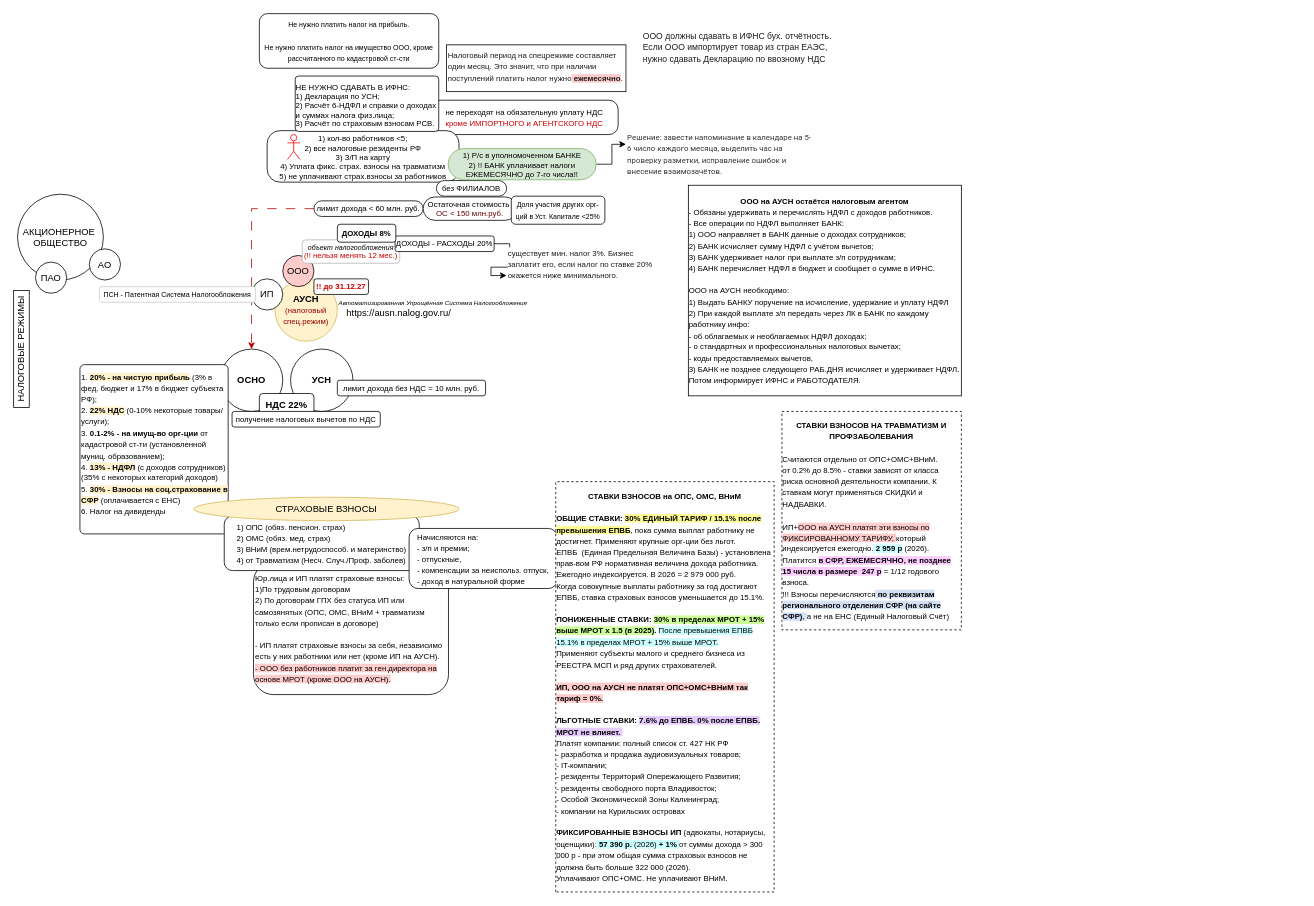
Before: АУСН.drawio in youarereef/mmaps, a draw.io diagram. Source tidied: cells renumbered, new cells numbered last; positions are measured from the earlier drawing's top-left corner, leaving out a move shared by most shapes. Both pictures are drawn from the tidied source at 78%, with x=0, y=0 at pixel (-37, 13).
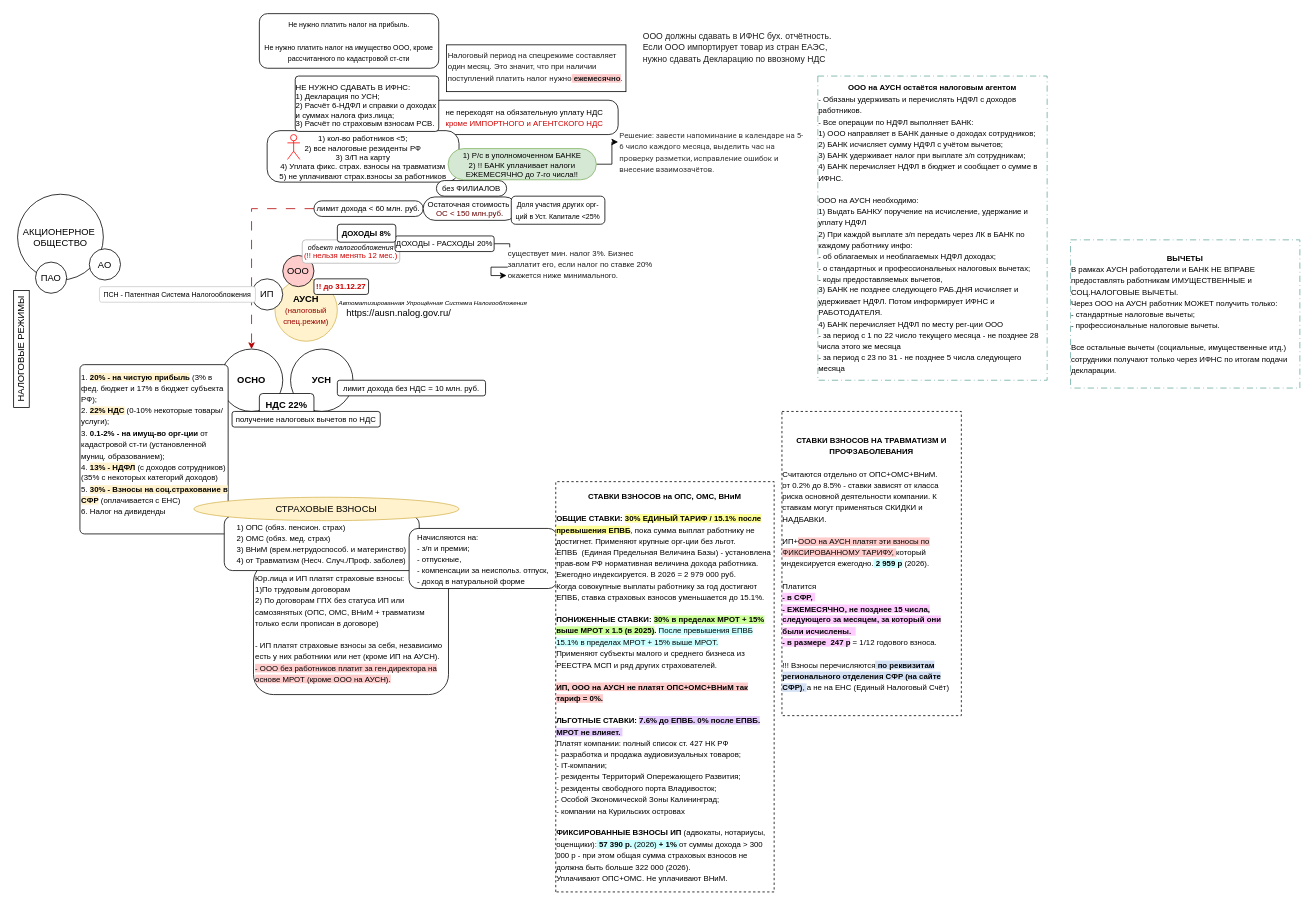
Above is the later version.

Diff of the diagram source:
```diff
@@
     <mxCell id="27" value="&lt;span style=&quot;color: rgb(51, 51, 51); font-family: Roboto; font-style: normal; font-variant-ligatures: normal; font-variant-caps: normal; font-weight: 400; letter-spacing: normal; orphans: 2; text-align: start; text-indent: 0px; text-transform: none; widows: 2; word-spacing: 0px; -webkit-text-stroke-width: 0px; white-space: normal; text-decoration-thickness: initial; text-decoration-style: initial; text-decoration-color: initial; float: none; display: inline !important;&quot;&gt;&lt;font style=&quot;font-size: 10px; line-height: 80%;&quot;&gt;Решение: завести напоминание в календаре на 5-6 число каждого месяца, выделить час на проверку разметки, исправление ошибок и внесение взаимозачётов.&lt;/font&gt;&lt;/span&gt;" style="text;whiteSpace=wrap;html=1;" parent="1" vertex="1">
-      <mxGeometry x="850" y="145" width="240" height="45" as="geometry" />
+      <mxGeometry x="840" y="142" width="240" height="45" as="geometry" />
     </mxCell>
@@
-    <mxCell id="44" value="&lt;font style=&quot;font-size: 10px;&quot;&gt;&lt;b&gt;СТАВКИ ВЗНОСОВ НА ТРАВМАТИЗМ И ПРОФЗАБОЛЕВАНИЯ&lt;/b&gt;&lt;/font&gt;&lt;div&gt;&lt;font style=&quot;font-size: 10px;&quot;&gt;&lt;br&gt;&lt;/font&gt;&lt;/div&gt;&lt;div style=&quot;text-align: left;&quot;&gt;&lt;span style=&quot;font-size: 10px;&quot;&gt;Считаются отдельно от ОПС+ОМС+ВНиМ.&lt;/span&gt;&lt;/div&gt;&lt;div style=&quot;text-align: left;&quot;&gt;&lt;span style=&quot;font-size: 10px;&quot;&gt;от 0.2% до 8.5% - ставки зависят от класса риска основной деятельности компании. К ставкам могут применяться СКИДКИ и НАДБАВКИ.&lt;/span&gt;&lt;/div&gt;&lt;div style=&quot;text-align: left;&quot;&gt;&lt;span style=&quot;font-size: 10px;&quot;&gt;&lt;br&gt;&lt;/span&gt;&lt;/div&gt;&lt;div style=&quot;text-align: left;&quot;&gt;&lt;span style=&quot;font-size: 10px;&quot;&gt;ИП+&lt;span style=&quot;background-color: rgb(255, 204, 204);&quot;&gt;ООО на АУСН платят эти взносы по ФИКСИРОВАННОМУ ТАРИФУ, &lt;/span&gt;который индексируется ежегодно.&lt;b style=&quot;background-color: rgb(204, 255, 255);&quot;&gt; 2 959 р&lt;/b&gt; (2026).&lt;/span&gt;&lt;/div&gt;&lt;div style=&quot;text-align: left;&quot;&gt;&lt;span style=&quot;font-size: 10px;&quot;&gt;Платится &lt;b style=&quot;background-color: rgb(255, 204, 255);&quot;&gt;в СФР, ЕЖЕМЕСЯЧНО, не позднее 15 числа в размере&amp;nbsp; 247 р&lt;/b&gt; = 1/12 годового взноса.&lt;/span&gt;&lt;/div&gt;&lt;div style=&quot;text-align: left;&quot;&gt;&lt;span style=&quot;font-size: 10px;&quot;&gt;!!! Взносы перечисляются&lt;span style=&quot;background-color: rgb(212, 225, 245);&quot;&gt; &lt;b style=&quot;&quot;&gt;по реквизитам регионального отделения СФР (на сайте СФР)&lt;/b&gt;, &lt;/span&gt;а не на ЕНС (Единый Налоговый Счёт)&lt;/span&gt;&lt;/div&gt;" style="rounded=0;whiteSpace=wrap;html=1;dashed=1;" parent="1" vertex="1">
-      <mxGeometry x="1050" y="510" width="230" height="280" as="geometry" />
+    <mxCell id="44" value="&lt;font style=&quot;font-size: 10px;&quot;&gt;&lt;b&gt;СТАВКИ ВЗНОСОВ НА ТРАВМАТИЗМ И ПРОФЗАБОЛЕВАНИЯ&lt;/b&gt;&lt;/font&gt;&lt;div&gt;&lt;font style=&quot;font-size: 10px;&quot;&gt;&lt;br&gt;&lt;/font&gt;&lt;/div&gt;&lt;div style=&quot;text-align: left;&quot;&gt;&lt;span style=&quot;font-size: 10px;&quot;&gt;Считаются отдельно от ОПС+ОМС+ВНиМ.&lt;/span&gt;&lt;/div&gt;&lt;div style=&quot;text-align: left;&quot;&gt;&lt;span style=&quot;font-size: 10px;&quot;&gt;от 0.2% до 8.5% - ставки зависят от класса риска основной деятельности компании. К ставкам могут применяться СКИДКИ и НАДБАВКИ.&lt;/span&gt;&lt;/div&gt;&lt;div style=&quot;text-align: left;&quot;&gt;&lt;span style=&quot;font-size: 10px;&quot;&gt;&lt;br&gt;&lt;/span&gt;&lt;/div&gt;&lt;div style=&quot;text-align: left;&quot;&gt;&lt;span style=&quot;font-size: 10px;&quot;&gt;ИП+&lt;span style=&quot;background-color: rgb(255, 204, 204);&quot;&gt;ООО на АУСН платят эти взносы по ФИКСИРОВАННОМУ ТАРИФУ, &lt;/span&gt;который индексируется ежегодно.&lt;b style=&quot;background-color: rgb(204, 255, 255);&quot;&gt; 2 959 р&lt;/b&gt; (2026).&lt;/span&gt;&lt;/div&gt;&lt;div style=&quot;text-align: left;&quot;&gt;&lt;span style=&quot;font-size: 10px;&quot;&gt;&lt;br&gt;&lt;/span&gt;&lt;/div&gt;&lt;div style=&quot;text-align: left;&quot;&gt;&lt;span style=&quot;font-size: 10px;&quot;&gt;Платится&amp;nbsp;&lt;/span&gt;&lt;/div&gt;&lt;div style=&quot;text-align: left;&quot;&gt;&lt;span style=&quot;font-size: 10px;&quot;&gt;&lt;b style=&quot;background-color: rgb(255, 204, 255);&quot;&gt;- в СФР,&amp;nbsp;&lt;/b&gt;&lt;/span&gt;&lt;/div&gt;&lt;div style=&quot;text-align: left;&quot;&gt;&lt;span style=&quot;font-size: 10px;&quot;&gt;&lt;b style=&quot;background-color: rgb(255, 204, 255);&quot;&gt;- ЕЖЕМЕСЯЧНО, не позднее 15 числа, следующего за месяцем, за который они были исчислены.&amp;nbsp;&amp;nbsp;&lt;/b&gt;&lt;/span&gt;&lt;/div&gt;&lt;div style=&quot;text-align: left;&quot;&gt;&lt;span style=&quot;font-size: 10px;&quot;&gt;&lt;b style=&quot;background-color: rgb(255, 204, 255);&quot;&gt;- в размере&amp;nbsp; 247 р&lt;/b&gt; = 1/12 годового взноса.&lt;/span&gt;&lt;/div&gt;&lt;div style=&quot;text-align: left;&quot;&gt;&lt;span style=&quot;font-size: 10px;&quot;&gt;&lt;br&gt;&lt;/span&gt;&lt;/div&gt;&lt;div style=&quot;text-align: left;&quot;&gt;&lt;span style=&quot;font-size: 10px;&quot;&gt;!!! Взносы перечисляются&lt;span style=&quot;background-color: rgb(212, 225, 245);&quot;&gt; &lt;b style=&quot;&quot;&gt;по реквизитам регионального отделения СФР (на сайте СФР)&lt;/b&gt;, &lt;/span&gt;а не на ЕНС (Единый Налоговый Счёт)&lt;/span&gt;&lt;/div&gt;" style="rounded=0;whiteSpace=wrap;html=1;dashed=1;" parent="1" vertex="1">
+      <mxGeometry x="1050" y="510" width="230" height="390" as="geometry" />
     </mxCell>
-    <mxCell id="45" value="&lt;font style=&quot;font-size: 10px;&quot;&gt;&lt;b&gt;ООО на АУСН остаётся налоговым агентом&lt;/b&gt;&lt;/font&gt;&lt;div style=&quot;text-align: left;&quot;&gt;&lt;font style=&quot;font-size: 10px;&quot;&gt;- Обязаны удерживать и перечислять НДФЛ с доходов работников.&lt;/font&gt;&lt;/div&gt;&lt;div style=&quot;text-align: left;&quot;&gt;&lt;font style=&quot;font-size: 10px;&quot;&gt;- Все операции по НДФЛ выполняет БАНК:&lt;/font&gt;&lt;/div&gt;&lt;div style=&quot;text-align: left;&quot;&gt;&lt;font style=&quot;font-size: 10px;&quot;&gt;1) ООО направляет в БАНК данные о доходах сотрудников;&lt;/font&gt;&lt;/div&gt;&lt;div style=&quot;text-align: left;&quot;&gt;&lt;font style=&quot;font-size: 10px;&quot;&gt;2) БАНК исчисляет сумму НДФЛ с учётом вычетов;&lt;/font&gt;&lt;/div&gt;&lt;div style=&quot;text-align: left;&quot;&gt;&lt;font style=&quot;font-size: 10px;&quot;&gt;3) БАНК удерживает налог при выплате з/п сотрудникам;&lt;/font&gt;&lt;/div&gt;&lt;div style=&quot;text-align: left;&quot;&gt;&lt;font style=&quot;font-size: 10px;&quot;&gt;4) БАНК перечисляет НДФЛ в бюджет и сообщает о сумме в ИФНС.&lt;/font&gt;&lt;/div&gt;&lt;div style=&quot;text-align: left;&quot;&gt;&lt;font style=&quot;font-size: 10px;&quot;&gt;&lt;br&gt;&lt;/font&gt;&lt;/div&gt;&lt;div style=&quot;text-align: left;&quot;&gt;&lt;font style=&quot;font-size: 10px;&quot;&gt;ООО на АУСН необходимо:&lt;/font&gt;&lt;/div&gt;&lt;div style=&quot;text-align: left;&quot;&gt;&lt;font style=&quot;font-size: 10px;&quot;&gt;1) Выдать БАНКУ поручение на исчисление, удержание и уплату НДФЛ&lt;/font&gt;&lt;/div&gt;&lt;div style=&quot;text-align: left;&quot;&gt;&lt;font style=&quot;font-size: 10px;&quot;&gt;2) При каждой выплате з/п передать через ЛК в БАНК по каждому работнику инфо:&lt;/font&gt;&lt;/div&gt;&lt;div style=&quot;text-align: left;&quot;&gt;&lt;font style=&quot;font-size: 10px;&quot;&gt;- об облагаемых и необлагаемых НДФЛ доходах;&lt;/font&gt;&lt;/div&gt;&lt;div style=&quot;text-align: left;&quot;&gt;&lt;font style=&quot;font-size: 10px;&quot;&gt;- о стандартных и профессиональных налоговых вычетах;&lt;/font&gt;&lt;/div&gt;&lt;div style=&quot;text-align: left;&quot;&gt;&lt;font style=&quot;font-size: 10px;&quot;&gt;- коды предоставляемых вычетов,&lt;/font&gt;&lt;/div&gt;&lt;div style=&quot;text-align: left;&quot;&gt;&lt;font style=&quot;font-size: 10px;&quot;&gt;3) БАНК не позднее следующего РАБ.ДНЯ исчисляет и удерживает НДФЛ. Потом информирует ИФНС и РАБОТОДАТЕЛЯ.&lt;/font&gt;&lt;/div&gt;" style="rounded=0;whiteSpace=wrap;html=1;" parent="1" vertex="1">
-      <mxGeometry x="930" y="220" width="350" height="270" as="geometry" />
+    <mxCell id="45" value="&lt;font style=&quot;font-size: 10px;&quot;&gt;&lt;b&gt;ООО на АУСН остаётся налоговым агентом&lt;/b&gt;&lt;/font&gt;&lt;div style=&quot;text-align: left;&quot;&gt;&lt;font style=&quot;font-size: 10px;&quot;&gt;- Обязаны удерживать и перечислять НДФЛ с доходов работников.&lt;/font&gt;&lt;/div&gt;&lt;div style=&quot;text-align: left;&quot;&gt;&lt;font style=&quot;font-size: 10px;&quot;&gt;- Все операции по НДФЛ выполняет БАНК:&lt;/font&gt;&lt;/div&gt;&lt;div style=&quot;text-align: left;&quot;&gt;&lt;font style=&quot;font-size: 10px;&quot;&gt;1) ООО направляет в БАНК данные о доходах сотрудников;&lt;/font&gt;&lt;/div&gt;&lt;div style=&quot;text-align: left;&quot;&gt;&lt;font style=&quot;font-size: 10px;&quot;&gt;2) БАНК исчисляет сумму НДФЛ с учётом вычетов;&lt;/font&gt;&lt;/div&gt;&lt;div style=&quot;text-align: left;&quot;&gt;&lt;font style=&quot;font-size: 10px;&quot;&gt;3) БАНК удерживает налог при выплате з/п сотрудникам;&lt;/font&gt;&lt;/div&gt;&lt;div style=&quot;text-align: left;&quot;&gt;&lt;font style=&quot;font-size: 10px;&quot;&gt;4) БАНК перечисляет НДФЛ в бюджет и сообщает о сумме в ИФНС.&lt;/font&gt;&lt;/div&gt;&lt;div style=&quot;text-align: left;&quot;&gt;&lt;font style=&quot;font-size: 10px;&quot;&gt;&lt;br&gt;&lt;/font&gt;&lt;/div&gt;&lt;div style=&quot;text-align: left;&quot;&gt;&lt;font style=&quot;font-size: 10px;&quot;&gt;ООО на АУСН необходимо:&lt;/font&gt;&lt;/div&gt;&lt;div style=&quot;text-align: left;&quot;&gt;&lt;font style=&quot;font-size: 10px;&quot;&gt;1) Выдать БАНКУ поручение на исчисление, удержание и уплату НДФЛ&lt;/font&gt;&lt;/div&gt;&lt;div style=&quot;text-align: left;&quot;&gt;&lt;font style=&quot;font-size: 10px;&quot;&gt;2) При каждой выплате з/п передать через ЛК в БАНК по каждому работнику инфо:&lt;/font&gt;&lt;/div&gt;&lt;div style=&quot;text-align: left;&quot;&gt;&lt;font style=&quot;font-size: 10px;&quot;&gt;- об облагаемых и необлагаемых НДФЛ доходах;&lt;/font&gt;&lt;/div&gt;&lt;div style=&quot;text-align: left;&quot;&gt;&lt;font style=&quot;font-size: 10px;&quot;&gt;- о стандартных и профессиональных налоговых вычетах;&lt;/font&gt;&lt;/div&gt;&lt;div style=&quot;text-align: left;&quot;&gt;&lt;font style=&quot;font-size: 10px;&quot;&gt;- коды предоставляемых вычетов,&lt;/font&gt;&lt;/div&gt;&lt;div style=&quot;text-align: left;&quot;&gt;&lt;font style=&quot;font-size: 10px;&quot;&gt;3) БАНК не позднее следующего РАБ.ДНЯ исчисляет и удерживает НДФЛ. Потом информирует ИФНС и РАБОТОДАТЕЛЯ.&lt;/font&gt;&lt;/div&gt;&lt;div style=&quot;text-align: left;&quot;&gt;&lt;font style=&quot;font-size: 10px;&quot;&gt;4) БАНК перечисляет НДФЛ по месту рег-ции ООО&lt;/font&gt;&lt;/div&gt;&lt;div style=&quot;text-align: left;&quot;&gt;&lt;font style=&quot;font-size: 10px;&quot;&gt;- за период с 1 по 22 число текущего месяца - не позднее 28 числа этого же месяца&lt;/font&gt;&lt;/div&gt;&lt;div style=&quot;text-align: left;&quot;&gt;&lt;font style=&quot;font-size: 10px;&quot;&gt;- за период с 23 по 31 - не позднее 5 числа следующего месяца&lt;/font&gt;&lt;/div&gt;" style="rounded=0;whiteSpace=wrap;html=1;strokeColor=#67AB9F;dashed=1;dashPattern=8 4 1 4;" parent="1" vertex="1">
+      <mxGeometry x="1096" y="80" width="294" height="390" as="geometry" />
     </mxCell>
+    <mxCell id="46" value="&lt;font style=&quot;font-size: 10px;&quot;&gt;&lt;b&gt;ВЫЧЕТЫ&lt;/b&gt;&lt;/font&gt;&lt;div style=&quot;text-align: left;&quot;&gt;&lt;span style=&quot;font-size: 10px;&quot;&gt;В рамках АУСН работодатели и БАНК НЕ ВПРАВЕ предоставлять работникам ИМУЩЕСТВЕННЫЕ и СОЦ.НАЛОГОВЫЕ ВЫЧЕТЫ.&lt;br&gt;&lt;/span&gt;&lt;/div&gt;&lt;div style=&quot;text-align: left;&quot;&gt;&lt;span style=&quot;font-size: 10px;&quot;&gt;Через ООО на АУСН работник МОЖЕТ получить только:&lt;/span&gt;&lt;/div&gt;&lt;div style=&quot;text-align: left;&quot;&gt;&lt;span style=&quot;font-size: 10px;&quot;&gt;- стандартные налоговые вычеты;&lt;/span&gt;&lt;/div&gt;&lt;div style=&quot;text-align: left;&quot;&gt;&lt;span style=&quot;font-size: 10px;&quot;&gt;- профессиональные налоговые вычеты.&lt;/span&gt;&lt;/div&gt;&lt;div style=&quot;text-align: left;&quot;&gt;&lt;span style=&quot;font-size: 10px;&quot;&gt;&lt;br&gt;&lt;/span&gt;&lt;/div&gt;&lt;div style=&quot;text-align: left;&quot;&gt;&lt;span style=&quot;font-size: 10px;&quot;&gt;Все остальные вычеты (социальные, имущественные итд.)&lt;/span&gt;&lt;/div&gt;&lt;div style=&quot;text-align: left;&quot;&gt;&lt;span style=&quot;font-size: 10px;&quot;&gt;сотрудники получают только через ИФНС по итогам подачи декларации.&lt;/span&gt;&lt;/div&gt;" style="rounded=0;whiteSpace=wrap;html=1;strokeColor=#67AB9F;dashed=1;dashPattern=8 4 1 4;" parent="1" vertex="1">
+      <mxGeometry x="1420" y="290" width="294" height="190" as="geometry" />
+    </mxCell>
```
